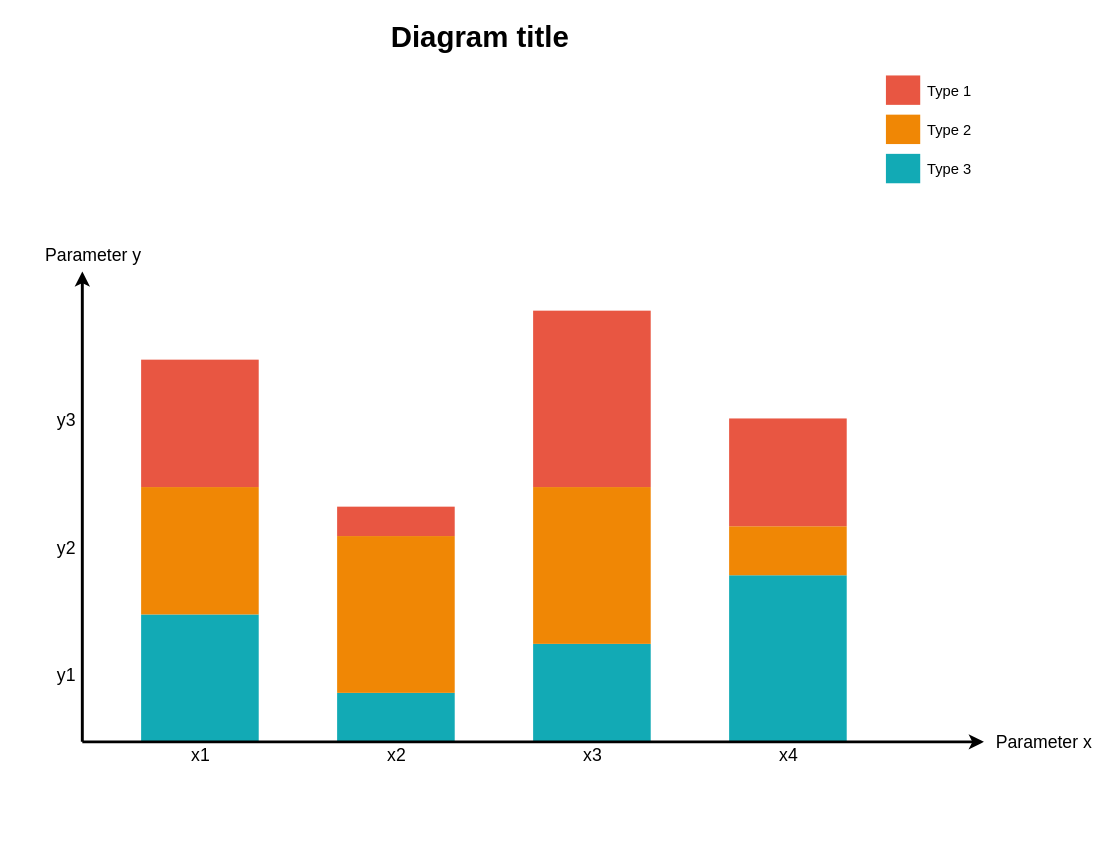
The draw.io diagram Untitled Diagram.drawio in littlekittycoder/masterthesis, before the edit. Source tidied: cells renumbered, new cells numbered last; positions are measured from the earlier drawing's top-left corner, leaving out a move shared by most shapes. Both pictures are drawn from the tidied source at 98%, with x=0, y=0 at pixel (43, 16).
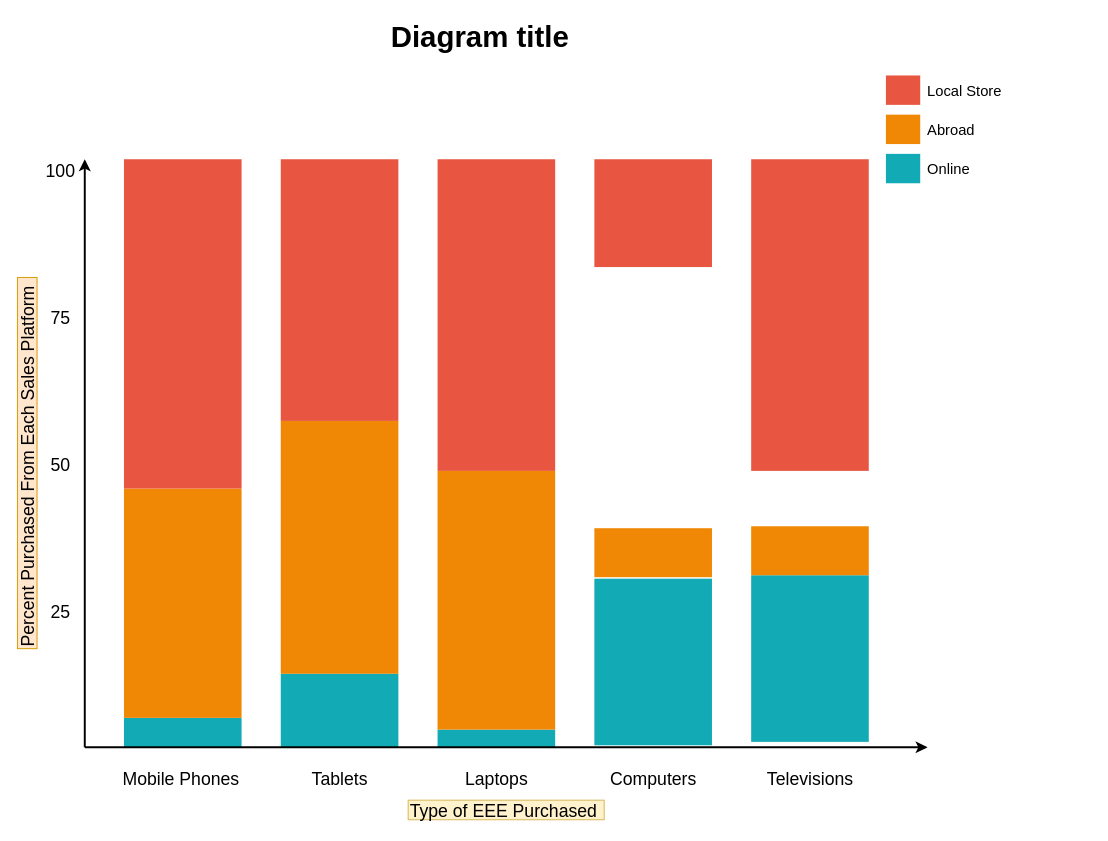
After the change.

The edit, as a diff of the source:
```diff
@@
     <mxCell id="2" style="whiteSpace=wrap;fillColor=#12AAB5;gradientColor=none;gradientDirection=east;strokeColor=none;html=1;fontColor=#23445d;" parent="1" vertex="1">
-      <mxGeometry x="99.5" y="610.5" width="120" height="130" as="geometry" />
+      <mxGeometry x="82" y="716" width="120" height="30" as="geometry" />
     </mxCell>
     <mxCell id="3" style="whiteSpace=wrap;fillColor=#12AAB5;gradientColor=none;gradientDirection=east;strokeColor=none;html=1;fontColor=#23445d;" parent="1" vertex="1">
-      <mxGeometry x="299.5" y="690.5" width="120" height="50" as="geometry" />
+      <mxGeometry x="242" y="671" width="120" height="75" as="geometry" />
     </mxCell>
     <mxCell id="4" style="whiteSpace=wrap;fillColor=#12AAB5;gradientColor=none;gradientDirection=east;strokeColor=none;html=1;fontColor=#23445d;" parent="1" vertex="1">
-      <mxGeometry x="499.5" y="640.5" width="120" height="100" as="geometry" />
+      <mxGeometry x="402" y="728" width="120" height="18" as="geometry" />
     </mxCell>
     <mxCell id="5" style="whiteSpace=wrap;fillColor=#12AAB5;gradientColor=none;gradientDirection=east;strokeColor=none;html=1;fontColor=#23445d;" parent="1" vertex="1">
-      <mxGeometry x="699.5" y="570.5" width="120" height="170" as="geometry" />
+      <mxGeometry x="562" y="574" width="120" height="170" as="geometry" />
     </mxCell>
-    <mxCell id="6" style="edgeStyle=none;html=1;fontColor=#000000;strokeWidth=3;strokeColor=#000000;" parent="1" edge="1">
+    <mxCell id="6" style="edgeStyle=none;html=1;fontColor=#000000;strokeWidth=2;strokeColor=#000000;rounded=0;" parent="1" edge="1">
       <mxGeometry relative="1" as="geometry">
-        <mxPoint x="39.5" y="740.5" as="sourcePoint" />
-        <mxPoint x="39.5" y="260.5" as="targetPoint" />
+        <mxPoint x="42" y="746" as="sourcePoint" />
+        <mxPoint x="42" y="146" as="targetPoint" />
       </mxGeometry>
     </mxCell>
     <mxCell id="7" style="whiteSpace=wrap;fillColor=#F08705;gradientColor=none;gradientDirection=east;strokeColor=none;html=1;fontColor=#23445d;" parent="1" vertex="1">
-      <mxGeometry x="99.5" y="480.5" width="120" height="130" as="geometry" />
+      <mxGeometry x="82" y="482" width="120" height="234" as="geometry" />
     </mxCell>
     <mxCell id="8" style="whiteSpace=wrap;fillColor=#E85642;gradientColor=none;gradientDirection=east;strokeColor=none;html=1;fontColor=#23445d;" parent="1" vertex="1">
-      <mxGeometry x="99.5" y="350.5" width="120" height="130" as="geometry" />
+      <mxGeometry x="82" y="146" width="120" height="336" as="geometry" />
     </mxCell>
     <mxCell id="9" style="whiteSpace=wrap;fillColor=#F08705;gradientColor=none;gradientDirection=east;strokeColor=none;html=1;fontColor=#23445d;" parent="1" vertex="1">
-      <mxGeometry x="299.5" y="530.5" width="120" height="160" as="geometry" />
+      <mxGeometry x="242" y="413" width="120" height="258" as="geometry" />
     </mxCell>
     <mxCell id="10" style="whiteSpace=wrap;fillColor=#E85642;gradientColor=none;gradientDirection=east;strokeColor=none;html=1;fontColor=#23445d;" parent="1" vertex="1">
-      <mxGeometry x="299.5" y="500.5" width="120" height="30" as="geometry" />
+      <mxGeometry x="242" y="146" width="120" height="267" as="geometry" />
     </mxCell>
     <mxCell id="11" style="whiteSpace=wrap;fillColor=#F08705;gradientColor=none;gradientDirection=east;strokeColor=none;html=1;fontColor=#23445d;" parent="1" vertex="1">
-      <mxGeometry x="499.5" y="480.5" width="120" height="160" as="geometry" />
+      <mxGeometry x="402" y="464" width="120" height="264" as="geometry" />
     </mxCell>
     <mxCell id="12" style="whiteSpace=wrap;fillColor=#E85642;gradientColor=none;gradientDirection=east;strokeColor=none;html=1;fontColor=#23445d;" parent="1" vertex="1">
-      <mxGeometry x="499.5" y="300.5" width="120" height="180" as="geometry" />
+      <mxGeometry x="402" y="146" width="120" height="318" as="geometry" />
     </mxCell>
-    <mxCell id="13" style="edgeStyle=none;html=1;fontColor=#000000;strokeWidth=3;strokeColor=#000000;" parent="1" edge="1">
+    <mxCell id="13" style="edgeStyle=none;html=1;fontColor=#000000;strokeWidth=2;strokeColor=#000000;rounded=0;" parent="1" edge="1">
       <mxGeometry relative="1" as="geometry">
-        <mxPoint x="39.5" y="740.5" as="sourcePoint" />
-        <mxPoint x="959.5" y="740.5" as="targetPoint" />
+        <mxPoint x="42" y="746" as="sourcePoint" />
+        <mxPoint x="902" y="746" as="targetPoint" />
       </mxGeometry>
     </mxCell>
-    <mxCell id="14" value="Parameter x" style="text;spacingTop=-5;html=1;fontSize=18;fontStyle=0;strokeColor=none;" parent="1" vertex="1">
-      <mxGeometry x="969.5" y="728.5" width="80" height="20" as="geometry" />
+    <mxCell id="14" value="Type of EEE Purchased" style="text;spacingTop=-5;html=1;fontSize=18;fontStyle=0;fillColor=#fff2cc;strokeColor=#d6b656;" parent="1" vertex="1">
+      <mxGeometry x="372" y="800" width="200" height="20" as="geometry" />
     </mxCell>
-    <mxCell id="15" value="x1" style="text;spacingTop=-5;align=center;verticalAlign=middle;fontStyle=0;html=1;fontSize=18;strokeColor=none;" parent="1" vertex="1">
-      <mxGeometry x="99.5" y="742.5" width="120" height="30" as="geometry" />
+    <mxCell id="15" value="Mobile Phones" style="text;spacingTop=-5;align=center;verticalAlign=middle;fontStyle=0;html=1;fontSize=18;strokeColor=none;" parent="1" vertex="1">
+      <mxGeometry x="79.5" y="766" width="120" height="30" as="geometry" />
     </mxCell>
-    <mxCell id="16" value="x2" style="text;spacingTop=-5;align=center;verticalAlign=middle;fontStyle=0;html=1;fontSize=18;strokeColor=none;" parent="1" vertex="1">
-      <mxGeometry x="299.5" y="742.5" width="120" height="30" as="geometry" />
+    <mxCell id="16" value="Tablets" style="text;spacingTop=-5;align=center;verticalAlign=middle;fontStyle=0;html=1;fontSize=18;strokeColor=none;" parent="1" vertex="1">
+      <mxGeometry x="242" y="766" width="120" height="30" as="geometry" />
     </mxCell>
-    <mxCell id="17" value="x3" style="text;spacingTop=-5;align=center;verticalAlign=middle;fontStyle=0;html=1;fontSize=18;strokeColor=none;" parent="1" vertex="1">
-      <mxGeometry x="499.5" y="742.5" width="120" height="30" as="geometry" />
+    <mxCell id="17" value="Laptops" style="text;spacingTop=-5;align=center;verticalAlign=middle;fontStyle=0;html=1;fontSize=18;strokeColor=none;" parent="1" vertex="1">
+      <mxGeometry x="402" y="766" width="120" height="30" as="geometry" />
     </mxCell>
@@
-    <mxCell id="21" value="Type 1" style="text;spacingTop=-5;html=1;fontSize=15;" parent="1" vertex="1">
+    <mxCell id="21" value="Local Store" style="text;spacingTop=-5;html=1;fontSize=15;" parent="1" vertex="1">
       <mxGeometry x="899.5" y="65.5" width="80" height="20" as="geometry" />
     </mxCell>
-    <mxCell id="22" value="Type 2" style="text;spacingTop=-5;html=1;fontSize=15;" parent="1" vertex="1">
+    <mxCell id="22" value="Abroad" style="text;spacingTop=-5;html=1;fontSize=15;" parent="1" vertex="1">
       <mxGeometry x="899.5" y="105.5" width="80" height="20" as="geometry" />
     </mxCell>
-    <mxCell id="23" value="Type 3" style="text;spacingTop=-5;html=1;fontSize=15;" parent="1" vertex="1">
+    <mxCell id="23" value="Online" style="text;spacingTop=-5;html=1;fontSize=15;" parent="1" vertex="1">
       <mxGeometry x="899.5" y="145.5" width="80" height="20" as="geometry" />
     </mxCell>
-    <mxCell id="24" value="Parameter y" style="text;spacingTop=-5;html=1;fontSize=18;fontStyle=0;" parent="1" vertex="1">
-      <mxGeometry x="-0.5" y="231.5" width="80" height="20" as="geometry" />
+    <mxCell id="24" value="Percent Purchased From Each Sales Platform" style="text;spacingTop=-5;html=1;fontSize=18;fontStyle=0;rotation=-90;fillColor=#ffe6cc;strokeColor=#d79b00;" parent="1" vertex="1">
+      <mxGeometry x="-206.1" y="446" width="378.8" height="20" as="geometry" />
     </mxCell>
-    <mxCell id="25" value="y1" style="text;spacingTop=-5;align=center;verticalAlign=middle;fontStyle=0;html=1;fontSize=18;" parent="1" vertex="1">
-      <mxGeometry x="7.5" y="610.5" width="30" height="130" as="geometry" />
+    <mxCell id="25" value="25" style="text;spacingTop=-5;align=center;verticalAlign=middle;fontStyle=0;html=1;fontSize=18;" parent="1" vertex="1">
+      <mxGeometry x="2" y="596" width="30" height="30" as="geometry" />
     </mxCell>
-    <mxCell id="26" value="y2" style="text;spacingTop=-5;align=center;verticalAlign=middle;fontStyle=0;html=1;fontSize=18;" parent="1" vertex="1">
-      <mxGeometry x="7.5" y="480.5" width="30" height="130" as="geometry" />
+    <mxCell id="26" value="50" style="text;spacingTop=-5;align=center;verticalAlign=middle;fontStyle=0;html=1;fontSize=18;" parent="1" vertex="1">
+      <mxGeometry x="2" y="446" width="30" height="30" as="geometry" />
     </mxCell>
-    <mxCell id="27" value="y3" style="text;spacingTop=-5;align=center;verticalAlign=middle;fontStyle=0;html=1;fontSize=18;" parent="1" vertex="1">
-      <mxGeometry x="7.5" y="350.5" width="30" height="130" as="geometry" />
+    <mxCell id="27" value="75" style="text;spacingTop=-5;align=center;verticalAlign=middle;fontStyle=0;html=1;fontSize=18;" parent="1" vertex="1">
+      <mxGeometry x="2" y="296" width="30" height="30" as="geometry" />
     </mxCell>
@@
     <mxCell id="29" style="whiteSpace=wrap;fillColor=#F08705;gradientColor=none;gradientDirection=east;strokeColor=none;html=1;fontColor=#23445d;" parent="1" vertex="1">
-      <mxGeometry x="699.5" y="520.5" width="120" height="50" as="geometry" />
+      <mxGeometry x="562" y="522.5" width="120" height="50" as="geometry" />
     </mxCell>
     <mxCell id="30" style="whiteSpace=wrap;fillColor=#E85642;gradientColor=none;gradientDirection=east;strokeColor=none;html=1;fontColor=#23445d;" parent="1" vertex="1">
-      <mxGeometry x="699.5" y="410.5" width="120" height="110" as="geometry" />
+      <mxGeometry x="562" y="146" width="120" height="110" as="geometry" />
     </mxCell>
-    <mxCell id="31" value="x4" style="text;spacingTop=-5;align=center;verticalAlign=middle;fontStyle=0;html=1;fontSize=18;strokeColor=none;" parent="1" vertex="1">
-      <mxGeometry x="699.5" y="742.5" width="120" height="30" as="geometry" />
+    <mxCell id="31" value="Computers" style="text;spacingTop=-5;align=center;verticalAlign=middle;fontStyle=0;html=1;fontSize=18;strokeColor=none;" parent="1" vertex="1">
+      <mxGeometry x="562" y="766" width="120" height="30" as="geometry" />
     </mxCell>
+    <mxCell id="32" value="Televisions" style="text;spacingTop=-5;align=center;verticalAlign=middle;fontStyle=0;html=1;fontSize=18;strokeColor=none;" parent="1" vertex="1">
+      <mxGeometry x="722" y="766" width="120" height="30" as="geometry" />
+    </mxCell>
+    <mxCell id="33" style="whiteSpace=wrap;fillColor=#12AAB5;gradientColor=none;gradientDirection=east;strokeColor=none;html=1;fontColor=#23445d;" parent="1" vertex="1">
+      <mxGeometry x="722" y="570.5" width="120" height="170" as="geometry" />
+    </mxCell>
+    <mxCell id="34" value="100" style="text;spacingTop=-5;align=center;verticalAlign=middle;fontStyle=0;html=1;fontSize=18;" parent="1" vertex="1">
+      <mxGeometry x="2" y="146" width="30" height="30" as="geometry" />
+    </mxCell>
+    <mxCell id="35" style="whiteSpace=wrap;fillColor=#F08705;gradientColor=none;gradientDirection=east;strokeColor=none;html=1;fontColor=#23445d;" parent="1" vertex="1">
+      <mxGeometry x="722" y="520.5" width="120" height="50" as="geometry" />
+    </mxCell>
+    <mxCell id="36" style="whiteSpace=wrap;fillColor=#E85642;gradientColor=none;gradientDirection=east;strokeColor=none;html=1;fontColor=#23445d;" parent="1" vertex="1">
+      <mxGeometry x="722" y="146" width="120" height="318" as="geometry" />
+    </mxCell>
```
